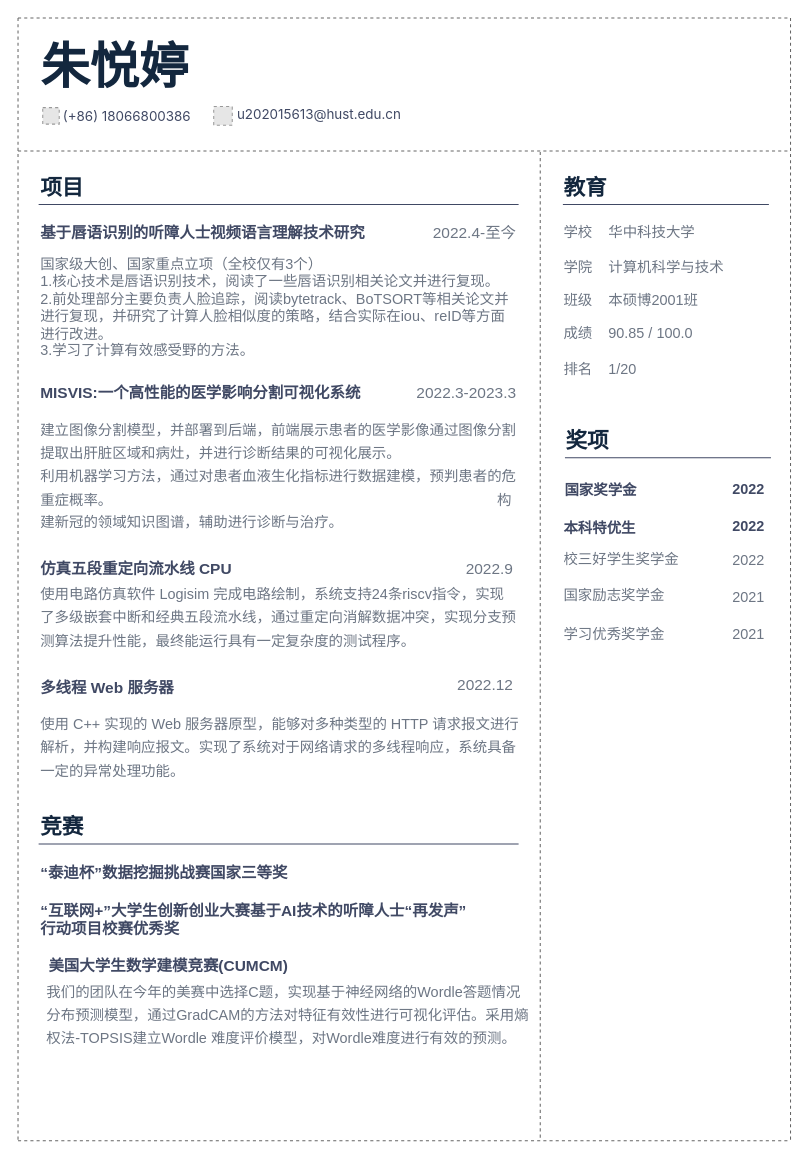
The draw.io diagram source/DrawCV.drawio in Polycoriander/DrawCV, before the edit. Source tidied: cells renumbered, new cells numbered last; positions are measured from the earlier drawing's top-left corner, leaving out a move shared by most shapes. Both pictures are drawn from the tidied source at 103%, with x=0, y=0 at pixel (18, 18). Pictures stored in the file or linked from it are replaced by grey dashed boxes.
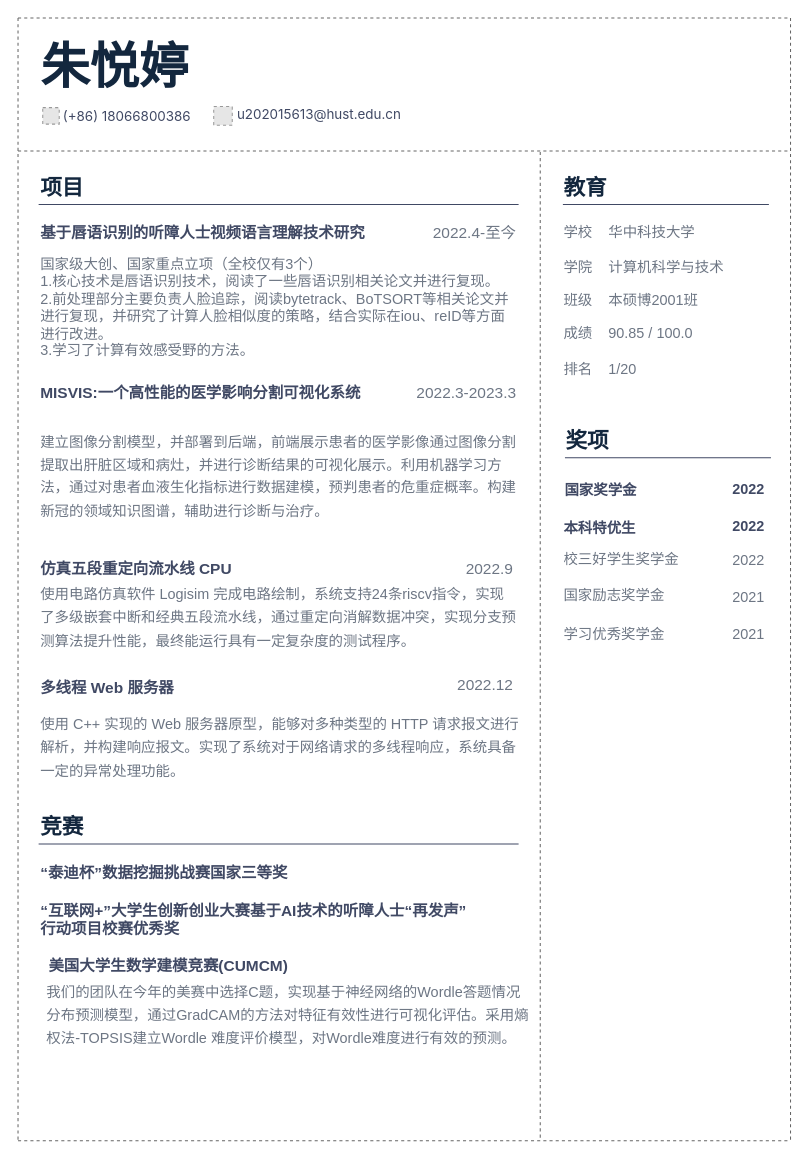
After the change.

What changed in the source:
```diff
@@
-    <mxCell id="48" value="&lt;p style=&quot;line-height: 1.6;&quot;&gt;&lt;font style=&quot;font-size: 14px;&quot;&gt;&lt;font style=&quot;&quot;&gt;&lt;font style=&quot;&quot;&gt;建立图像分割模型，并部署到后端，前端展示患者的医学影像通过图像分割提取出肝脏区域和病灶，并进行诊断结果的可视&lt;/font&gt;&lt;/font&gt;&lt;font style=&quot;background-color: initial;&quot;&gt;化展示。&amp;nbsp; &amp;nbsp; &amp;nbsp; &amp;nbsp; &amp;nbsp; &amp;nbsp; &amp;nbsp; &amp;nbsp; &amp;nbsp; &amp;nbsp; &amp;nbsp; &amp;nbsp; &amp;nbsp; &amp;nbsp; &lt;/font&gt;&lt;span style=&quot;background-color: initial;&quot;&gt;利用机器学习方法，通过对患者血液生化指标进行数据建模，预判患者的危重症概率。&amp;nbsp; &amp;nbsp; &amp;nbsp; &amp;nbsp; &amp;nbsp; &amp;nbsp; &amp;nbsp; &amp;nbsp; &amp;nbsp; &amp;nbsp; &amp;nbsp; &amp;nbsp; &amp;nbsp; &amp;nbsp; &amp;nbsp; &amp;nbsp; &amp;nbsp; &amp;nbsp; &amp;nbsp; &amp;nbsp; &amp;nbsp; &amp;nbsp; &amp;nbsp; &amp;nbsp; &amp;nbsp; &amp;nbsp; &amp;nbsp; &amp;nbsp; &amp;nbsp; &amp;nbsp; &amp;nbsp; &amp;nbsp; &amp;nbsp; &amp;nbsp; &amp;nbsp; &amp;nbsp; &amp;nbsp; &amp;nbsp; &amp;nbsp; &amp;nbsp; &amp;nbsp; &amp;nbsp; &amp;nbsp; &amp;nbsp; &amp;nbsp; &amp;nbsp; &amp;nbsp; &amp;nbsp; &lt;/span&gt;&lt;span style=&quot;background-color: initial;&quot;&gt;构建新冠的领域知识图谱，辅助进行诊断与治疗。&lt;/span&gt;&lt;/font&gt;&lt;/p&gt;&lt;div&gt;&lt;br&gt;&lt;/div&gt;" style="text;html=1;strokeColor=none;fillColor=none;align=left;verticalAlign=middle;whiteSpace=wrap;rounded=0;fontFamily=Source Han Sans;fontSize=12;fontColor=#6D7684;fontStyle=0;" parent="1" vertex="1">
+    <mxCell id="48" value="&lt;p style=&quot;line-height: 1.6;&quot;&gt;&lt;font style=&quot;font-size: 14px;&quot;&gt;&lt;font style=&quot;&quot;&gt;&lt;font style=&quot;&quot;&gt;建立图像分割模型，并部署到后端，前端展示患者的医学影像通过图像分割提取出肝脏区域和病灶，并进行诊断结果的可视&lt;/font&gt;&lt;/font&gt;&lt;font style=&quot;background-color: initial;&quot;&gt;化展示。&lt;/font&gt;&lt;/font&gt;&lt;span style=&quot;background-color: initial; font-size: 14px;&quot;&gt;利用机器学习方法，通过对患者血液生化指标进行数据建模，预判患者的危重症概率。&lt;/span&gt;&lt;span style=&quot;background-color: initial; font-size: 14px;&quot;&gt;构建新冠的领域知识图谱，辅助进行诊断与治疗。&lt;/span&gt;&lt;/p&gt;&lt;div&gt;&lt;br&gt;&lt;/div&gt;" style="text;html=1;strokeColor=none;fillColor=none;align=left;verticalAlign=middle;whiteSpace=wrap;rounded=0;fontFamily=Source Han Sans;fontSize=12;fontColor=#6D7684;fontStyle=0;" parent="1" vertex="1">
       <mxGeometry x="20" y="387" width="470" height="130" as="geometry" />
     </mxCell>
```
